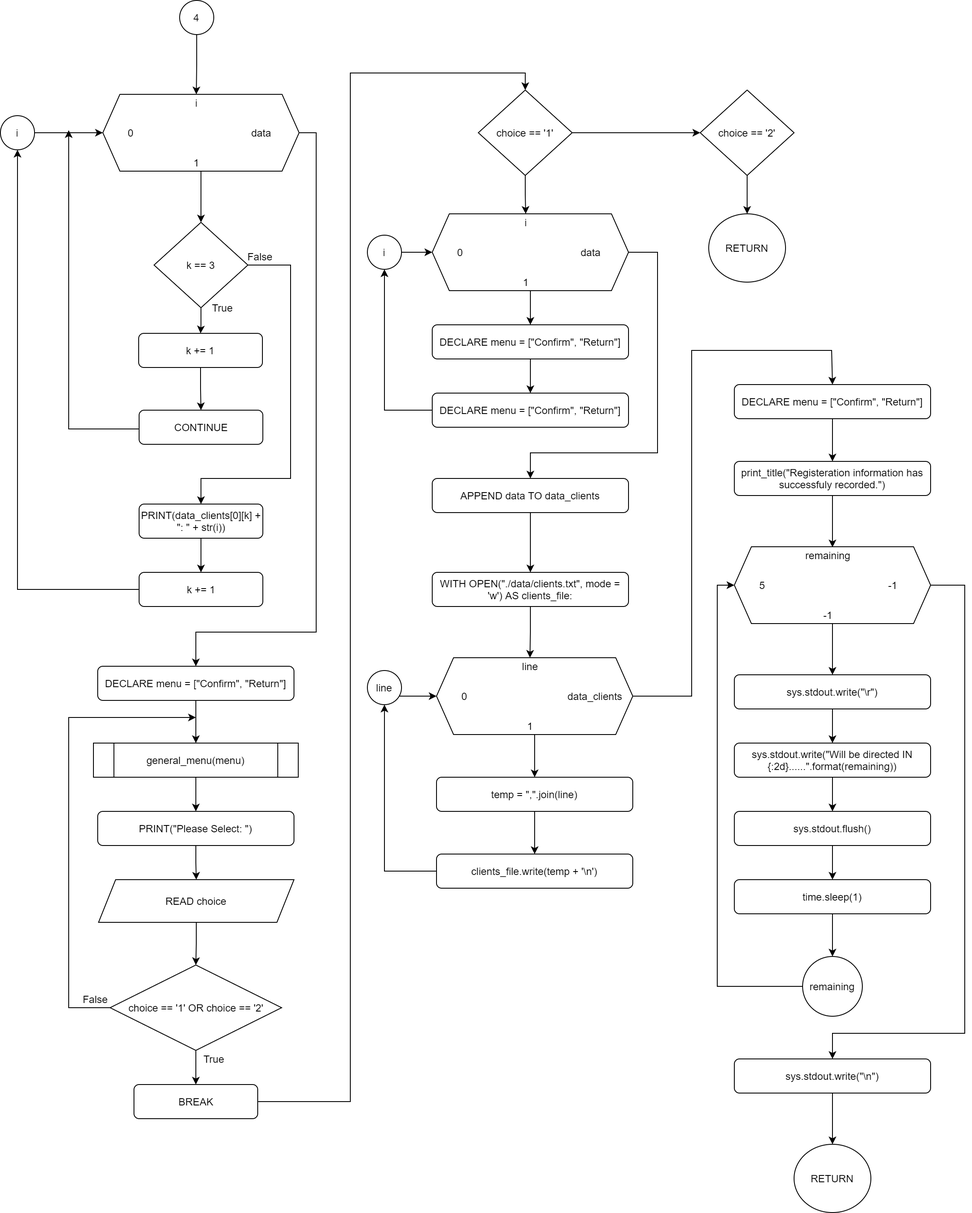
The draw.io diagram Flowchart/default/register_interface-Page-2.png in RabbitBear00/Car-Rental-System, before a commit. Source tidied: cells renumbered, new cells last; positions are measured from the earlier drawing's top-left corner, leaving out a move shared by most shapes.
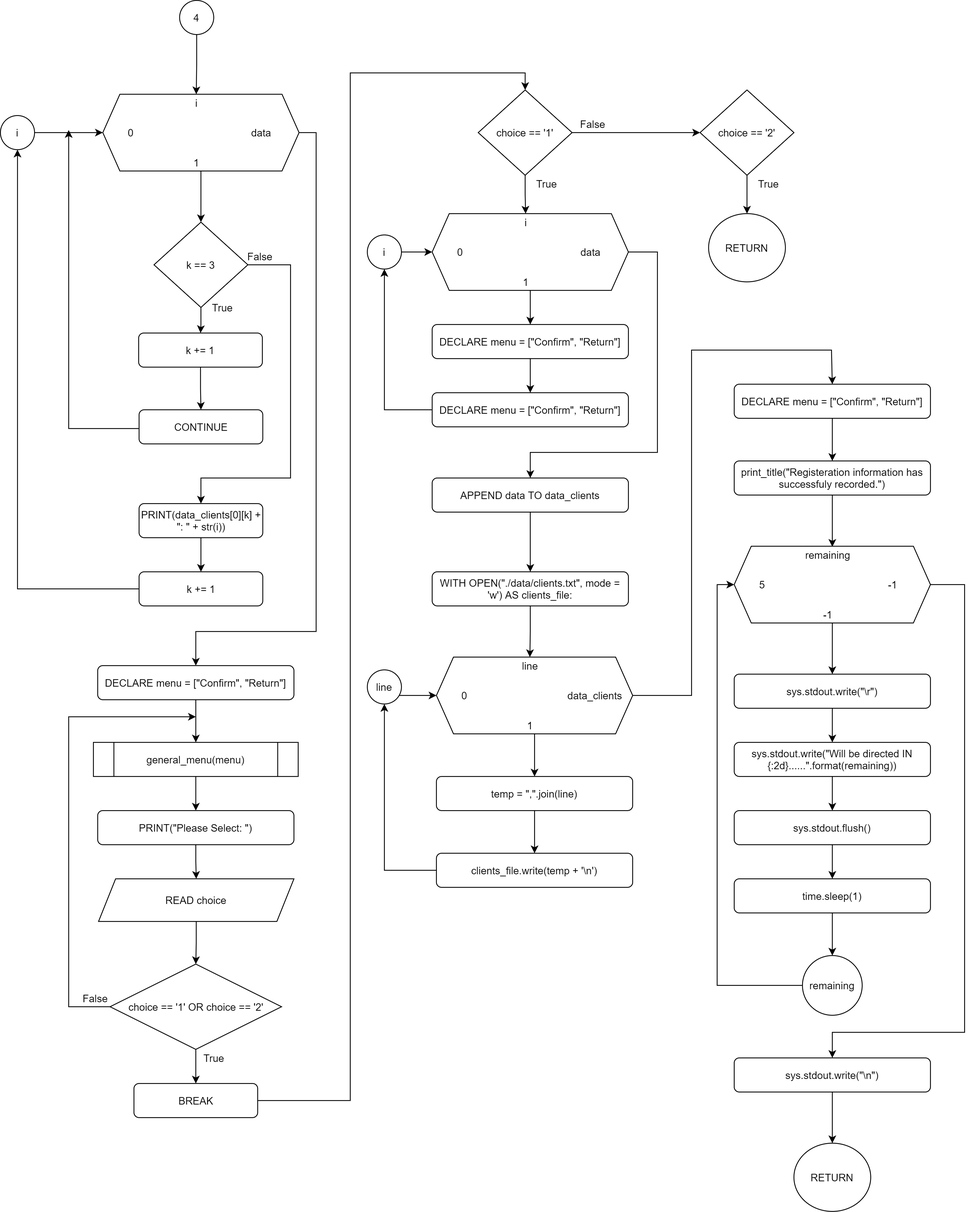
After the change.

The edit, as a diff of the source:
```diff
@@ -363,5 +363,14 @@
         </Array>
       </mxGeometry>
     </mxCell>
+    <mxCell id="105" value="True" style="text;html=1;align=center;verticalAlign=middle;strokeColor=none;" parent="1" vertex="1">
+      <mxGeometry x="620" y="205" width="40" height="20" as="geometry" />
+    </mxCell>
+    <mxCell id="106" value="True" style="text;html=1;align=center;verticalAlign=middle;strokeColor=none;" parent="1" vertex="1">
+      <mxGeometry x="880" y="205" width="40" height="20" as="geometry" />
+    </mxCell>
+    <mxCell id="107" value="False" style="text;html=1;align=center;verticalAlign=middle;strokeColor=none;" parent="1" vertex="1">
+      <mxGeometry x="674" y="135" width="40" height="20" as="geometry" />
+    </mxCell>
   </root>
 </mxGraphModel>
```
